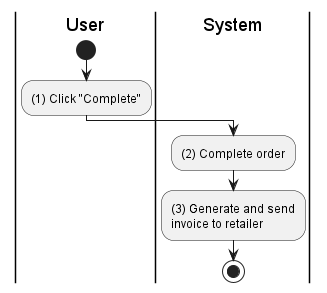
The PlantUML diagram activities/sales-order-complete.png in phihungha/scmss-reqs, before a commit.
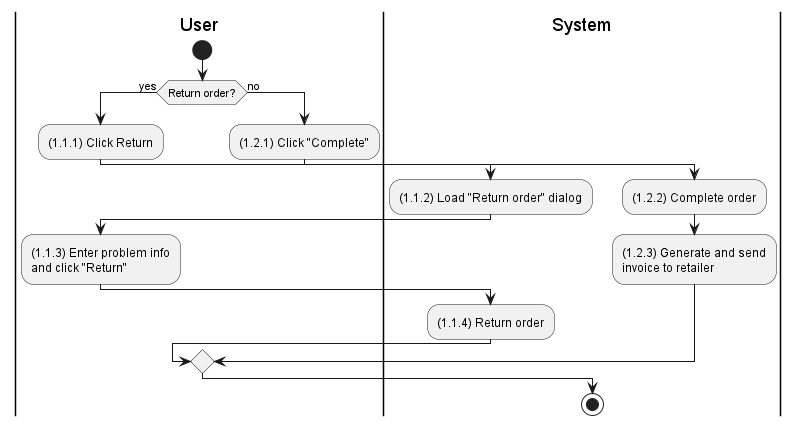
Above is the later version.

What changed in the source:
```diff
@@ -4,10 +4,25 @@
 
 |u|
 start
-:(1) Click "Complete";
+if (Return order?) then (yes)
+    |u|
+    :(1.1.1) Click Return;
 
-|s|
-:(2) Complete order;
-:(3) Generate and send\ninvoice to retailer;
+    |s|
+    :(1.1.2) Load "Return order" dialog;
+
+    |u|
+    :(1.1.3) Enter problem info\nand click "Return";
+
+    |s|
+    :(1.1.4) Return order;
+else (no)
+    |u|
+    :(1.2.1) Click "Complete";
+
+    |s|
+    :(1.2.2) Complete order;
+    :(1.2.3) Generate and send\ninvoice to retailer;
+endif
 stop
 @enduml
```
